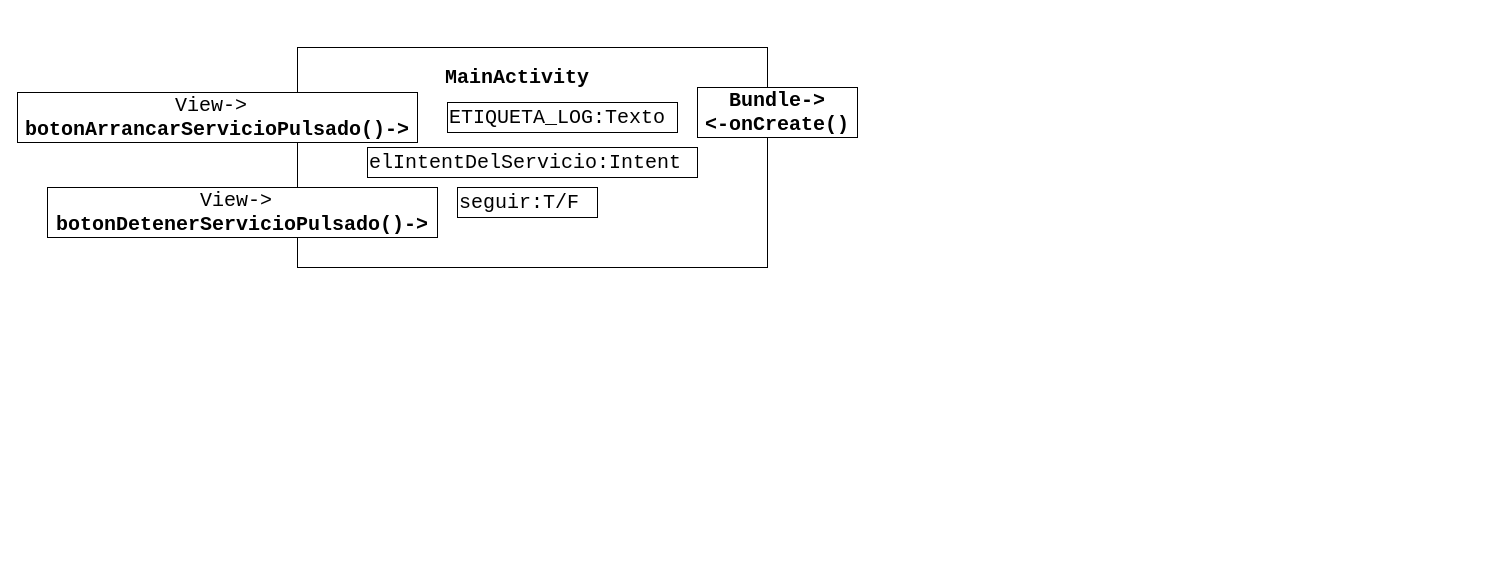
Before: doc/Diseño/Servicio/diseñoMainActivity.drawio in 3-GTI-ProyectoMedioAmbiente/Android, a draw.io diagram. Source tidied: cells renumbered, new cells numbered last; positions are measured from the earlier drawing's top-left corner, leaving out a move shared by most shapes. Both pictures are drawn from the tidied source at 100%, with x=0, y=0 at pixel (17, 47).
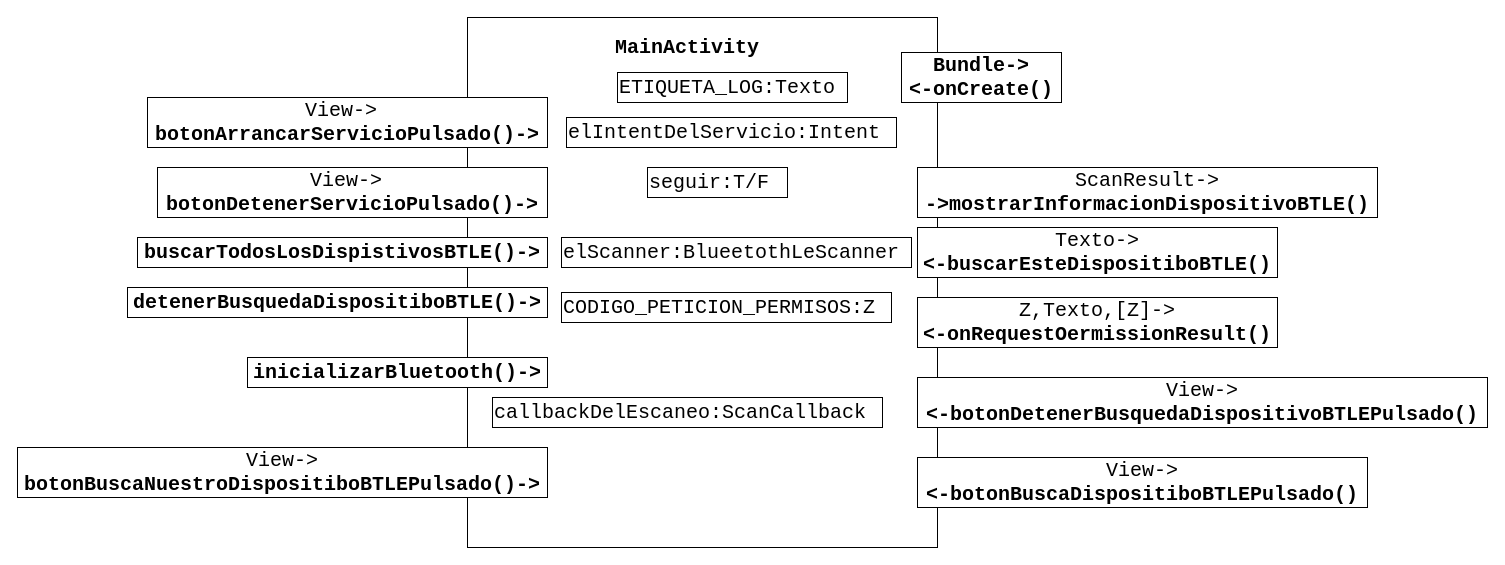
The same page after the edit.

The edit, as a diff of the source:
```diff
@@
     <mxCell id="2" style="rounded=0;whiteSpace=wrap;html=1;" parent="1" vertex="1">
-      <mxGeometry x="280" width="470" height="220" as="geometry" />
+      <mxGeometry x="450" y="-30" width="470" height="530" as="geometry" />
     </mxCell>
     <mxCell id="3" value="MainActivity" style="text;html=1;strokeColor=none;fillColor=none;align=center;verticalAlign=middle;whiteSpace=wrap;rounded=0;fontStyle=1;fontFamily=Courier New;fontSize=20;" parent="1" vertex="1">
-      <mxGeometry x="420" y="20" width="160" height="20" as="geometry" />
+      <mxGeometry x="590" y="-10" width="160" height="20" as="geometry" />
     </mxCell>
     <mxCell id="4" value="View-&amp;gt;&amp;nbsp;&lt;br&gt;&lt;b&gt;botonArrancarServicioPulsado()-&amp;gt;&lt;/b&gt;" style="rounded=0;whiteSpace=wrap;html=1;fontFamily=Courier New;fontSize=20;align=center;fontStyle=0;" parent="1" vertex="1">
-      <mxGeometry y="45" width="400" height="50" as="geometry" />
+      <mxGeometry x="130" y="50" width="400" height="50" as="geometry" />
     </mxCell>
     <mxCell id="5" value="&lt;div&gt;&lt;/div&gt;&lt;b&gt;Bundle-&amp;gt;&lt;br&gt;&amp;lt;-onCreate()&lt;/b&gt;" style="rounded=0;whiteSpace=wrap;html=1;fontFamily=Courier New;fontSize=20;align=center;fontStyle=0;" parent="1" vertex="1">
-      <mxGeometry x="680" y="40" width="160" height="50" as="geometry" />
+      <mxGeometry x="884" y="5" width="160" height="50" as="geometry" />
     </mxCell>
     <mxCell id="6" value="ETIQUETA_LOG:Texto" style="rounded=0;whiteSpace=wrap;html=1;fontFamily=Courier New;fontSize=20;align=left;fontStyle=0;" parent="1" vertex="1">
-      <mxGeometry x="430" y="55" width="230" height="30" as="geometry" />
+      <mxGeometry x="600" y="25" width="230" height="30" as="geometry" />
     </mxCell>
     <mxCell id="7" value="elIntentDelServicio:Intent" style="rounded=0;whiteSpace=wrap;html=1;fontFamily=Courier New;fontSize=20;align=left;fontStyle=0;" parent="1" vertex="1">
-      <mxGeometry x="350" y="100" width="330" height="30" as="geometry" />
+      <mxGeometry x="549" y="70" width="330" height="30" as="geometry" />
     </mxCell>
     <mxCell id="8" value="seguir:T/F" style="rounded=0;whiteSpace=wrap;html=1;fontFamily=Courier New;fontSize=20;align=left;fontStyle=0;" parent="1" vertex="1">
-      <mxGeometry x="440" y="140" width="140" height="30" as="geometry" />
+      <mxGeometry x="630" y="120" width="140" height="30" as="geometry" />
     </mxCell>
     <mxCell id="9" value="View-&amp;gt;&amp;nbsp;&lt;br&gt;&lt;b&gt;botonDetenerServicioPulsado()-&amp;gt;&lt;/b&gt;" style="rounded=0;whiteSpace=wrap;html=1;fontFamily=Courier New;fontSize=20;align=center;fontStyle=0;" parent="1" vertex="1">
-      <mxGeometry x="30" y="140" width="390" height="50" as="geometry" />
+      <mxGeometry x="140" y="120" width="390" height="50" as="geometry" />
     </mxCell>
+    <mxCell id="10" value="&lt;b&gt;buscarTodosLosDispistivosBTLE()-&amp;gt;&lt;/b&gt;" style="rounded=0;whiteSpace=wrap;html=1;fontFamily=Courier New;fontSize=20;align=center;fontStyle=0;" parent="1" vertex="1">
+      <mxGeometry x="120" y="190" width="410" height="30" as="geometry" />
+    </mxCell>
+    <mxCell id="11" value="&lt;b&gt;detenerBusquedaDispositiboBTLE()-&amp;gt;&lt;/b&gt;" style="rounded=0;whiteSpace=wrap;html=1;fontFamily=Courier New;fontSize=20;align=center;fontStyle=0;" parent="1" vertex="1">
+      <mxGeometry x="110" y="240" width="420" height="30" as="geometry" />
+    </mxCell>
+    <mxCell id="12" value="&lt;b&gt;inicializarBluetooth()-&amp;gt;&lt;/b&gt;" style="rounded=0;whiteSpace=wrap;html=1;fontFamily=Courier New;fontSize=20;align=center;fontStyle=0;" parent="1" vertex="1">
+      <mxGeometry x="230" y="310" width="300" height="30" as="geometry" />
+    </mxCell>
+    <mxCell id="13" value="ScanResult-&amp;gt;&lt;br&gt;&lt;b&gt;-&amp;gt;mostrarInformacionDispositivoBTLE()&lt;/b&gt;" style="rounded=0;whiteSpace=wrap;html=1;fontFamily=Courier New;fontSize=20;align=center;fontStyle=0;" parent="1" vertex="1">
+      <mxGeometry x="900" y="120" width="460" height="50" as="geometry" />
+    </mxCell>
+    <mxCell id="14" value="Texto-&amp;gt;&lt;br&gt;&lt;b&gt;&amp;lt;-buscarEsteDispositiboBTLE()&lt;/b&gt;" style="rounded=0;whiteSpace=wrap;html=1;fontFamily=Courier New;fontSize=20;align=center;fontStyle=0;" parent="1" vertex="1">
+      <mxGeometry x="900" y="180" width="360" height="50" as="geometry" />
+    </mxCell>
+    <mxCell id="15" value="Z,Texto,[Z]-&amp;gt;&lt;br&gt;&lt;b&gt;&amp;lt;-onRequestOermissionResult()&lt;/b&gt;" style="rounded=0;whiteSpace=wrap;html=1;fontFamily=Courier New;fontSize=20;align=center;fontStyle=0;" parent="1" vertex="1">
+      <mxGeometry x="900" y="250" width="360" height="50" as="geometry" />
+    </mxCell>
+    <mxCell id="16" value="View-&amp;gt;&lt;br&gt;&lt;b&gt;&amp;lt;-botonDetenerBusquedaDispositivoBTLEPulsado()&lt;/b&gt;" style="rounded=0;whiteSpace=wrap;html=1;fontFamily=Courier New;fontSize=20;align=center;fontStyle=0;" parent="1" vertex="1">
+      <mxGeometry x="900" y="330" width="570" height="50" as="geometry" />
+    </mxCell>
+    <mxCell id="17" value="View-&amp;gt;&lt;br&gt;&lt;b&gt;botonBuscaNuestroDispositiboBTLEPulsado()-&amp;gt;&lt;/b&gt;" style="rounded=0;whiteSpace=wrap;html=1;fontFamily=Courier New;fontSize=20;align=center;fontStyle=0;" parent="1" vertex="1">
+      <mxGeometry y="400" width="530" height="50" as="geometry" />
+    </mxCell>
+    <mxCell id="18" value="View-&amp;gt;&lt;br&gt;&lt;b&gt;&amp;lt;-botonBuscaDispositiboBTLEPulsado()&lt;/b&gt;" style="rounded=0;whiteSpace=wrap;html=1;fontFamily=Courier New;fontSize=20;align=center;fontStyle=0;" parent="1" vertex="1">
+      <mxGeometry x="900" y="410" width="450" height="50" as="geometry" />
+    </mxCell>
+    <mxCell id="19" value="elScanner:BlueetothLeScanner" style="rounded=0;whiteSpace=wrap;html=1;fontFamily=Courier New;fontSize=20;align=left;fontStyle=0;" parent="1" vertex="1">
+      <mxGeometry x="544" y="190" width="350" height="30" as="geometry" />
+    </mxCell>
+    <mxCell id="20" value="CODIGO_PETICION_PERMISOS:Z" style="rounded=0;whiteSpace=wrap;html=1;fontFamily=Courier New;fontSize=20;align=left;fontStyle=0;" parent="1" vertex="1">
+      <mxGeometry x="544" y="245" width="330" height="30" as="geometry" />
+    </mxCell>
+    <mxCell id="21" value="callbackDelEscaneo:ScanCallback" style="rounded=0;whiteSpace=wrap;html=1;fontFamily=Courier New;fontSize=20;align=left;fontStyle=0;" parent="1" vertex="1">
+      <mxGeometry x="475" y="350" width="390" height="30" as="geometry" />
+    </mxCell>
```
